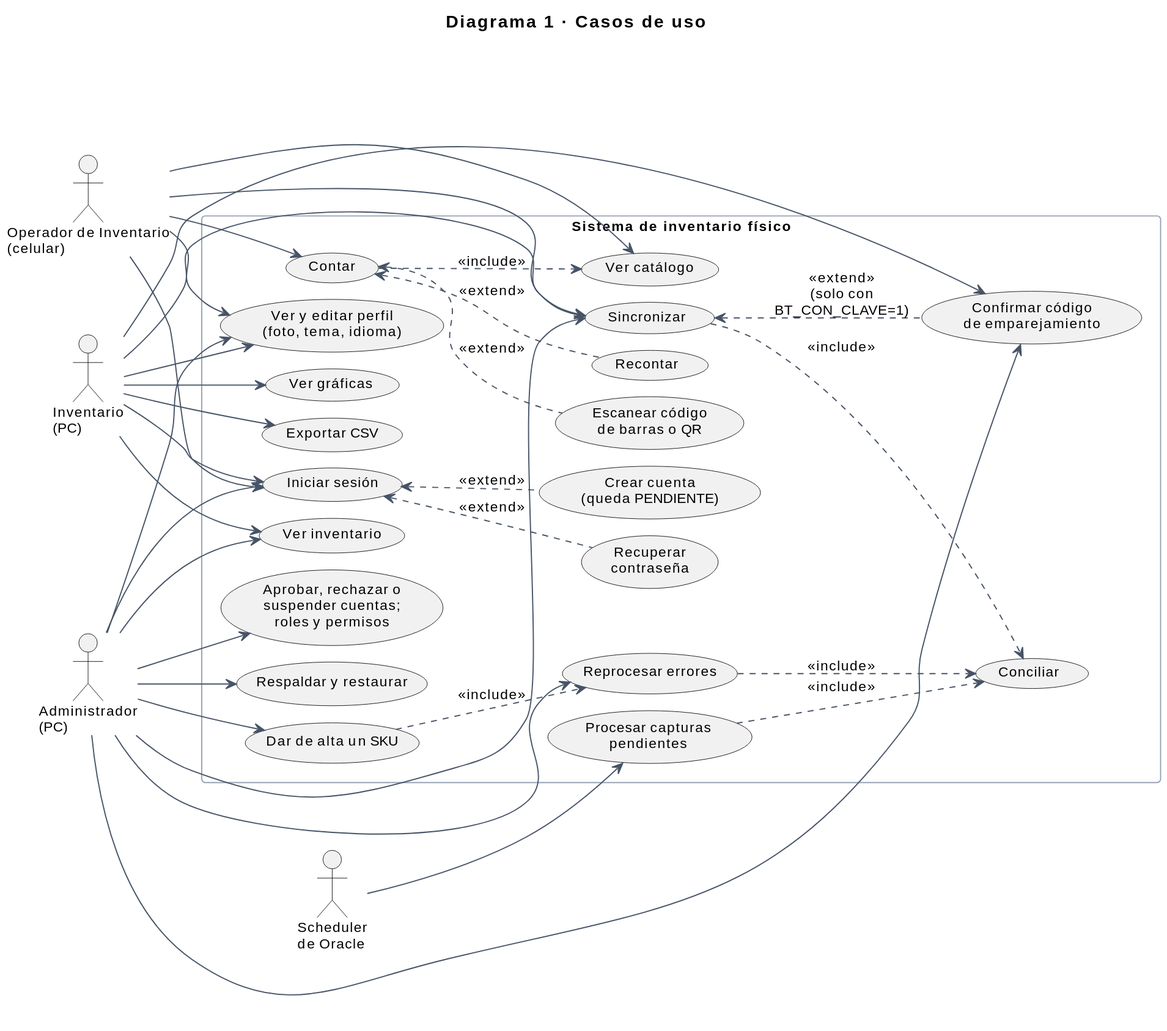
Earlier version of the PlantUML export docs/documentacion/diagramas/renderizados/01_casos_uso.svg (sebas-archive/kardex-bt). Its diagram source:
```plantuml
@startuml
!include estilo.iuml
title Diagrama 1 · Casos de uso
left to right direction

actor "Operador de Inventario\n(celular)" as op
actor "Inventario\n(PC)" as inv
actor "Administrador\n(PC)" as adm
actor "Scheduler\nde Oracle" as sch

rectangle "Sistema de inventario físico" {
  usecase "Iniciar sesión" as entrar
  usecase "Crear cuenta\n(queda PENDIENTE)" as registrar
  usecase "Recuperar\ncontraseña" as recuperar
  usecase "Ver y editar perfil\n(foto, tema, idioma)" as perfil
  usecase "Ver catálogo" as catalogo
  usecase "Contar" as contar
  usecase "Escanear código\nde barras o QR" as escanear
  usecase "Recontar" as recontar
  usecase "Sincronizar" as sincronizar
  usecase "Confirmar código\nde emparejamiento" as codigo
  usecase "Conciliar" as conciliar
  usecase "Ver inventario" as inventario
  usecase "Ver gráficas" as graficas
  usecase "Exportar CSV" as csv
  usecase "Reprocesar errores" as reprocesar
  usecase "Dar de alta un SKU" as alta
  usecase "Aprobar, rechazar o\nsuspender cuentas;\nroles y permisos" as cuentas
  usecase "Respaldar y restaurar" as respaldos
  usecase "Procesar capturas\npendientes" as procesar
}

op --> entrar
op --> catalogo
op --> contar
op --> sincronizar
op --> perfil
inv --> entrar
inv --> inventario
inv --> graficas
inv --> csv
inv --> sincronizar
inv --> perfil
inv --> codigo
adm --> entrar
adm --> inventario
adm --> sincronizar
adm --> codigo
adm --> perfil
adm --> cuentas
adm --> reprocesar
adm --> alta
adm --> respaldos
sch --> procesar

entrar <.. registrar : <<extend>>
entrar <.. recuperar : <<extend>>
contar ..> catalogo : <<include>>
contar <.. escanear : <<extend>>
contar <.. recontar : <<extend>>
sincronizar <.. codigo : <<extend>>\n(solo con BT_CON_CLAVE=1)
sincronizar ..> conciliar : <<include>>
reprocesar ..> conciliar : <<include>>
alta ..> reprocesar : <<include>>
procesar ..> conciliar : <<include>>
@enduml
```
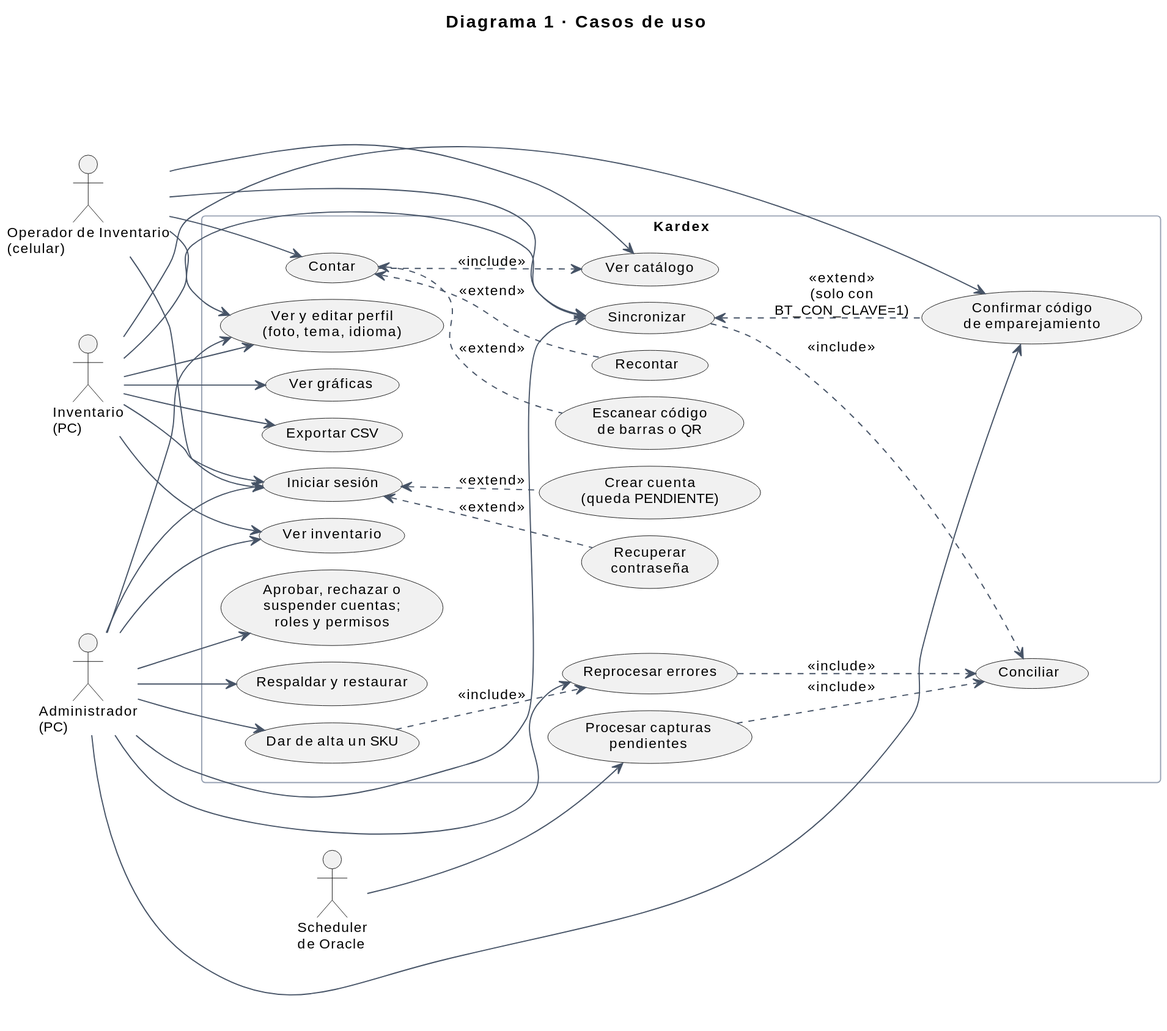
Later version of the same file.

Change to the diagram source:
```diff
@@ -8,7 +8,7 @@
 actor "Administrador\n(PC)" as adm
 actor "Scheduler\nde Oracle" as sch
 
-rectangle "Sistema de inventario físico" {
+rectangle "Kardex" {
   usecase "Iniciar sesión" as entrar
   usecase "Crear cuenta\n(queda PENDIENTE)" as registrar
   usecase "Recuperar\ncontraseña" as recuperar
```
